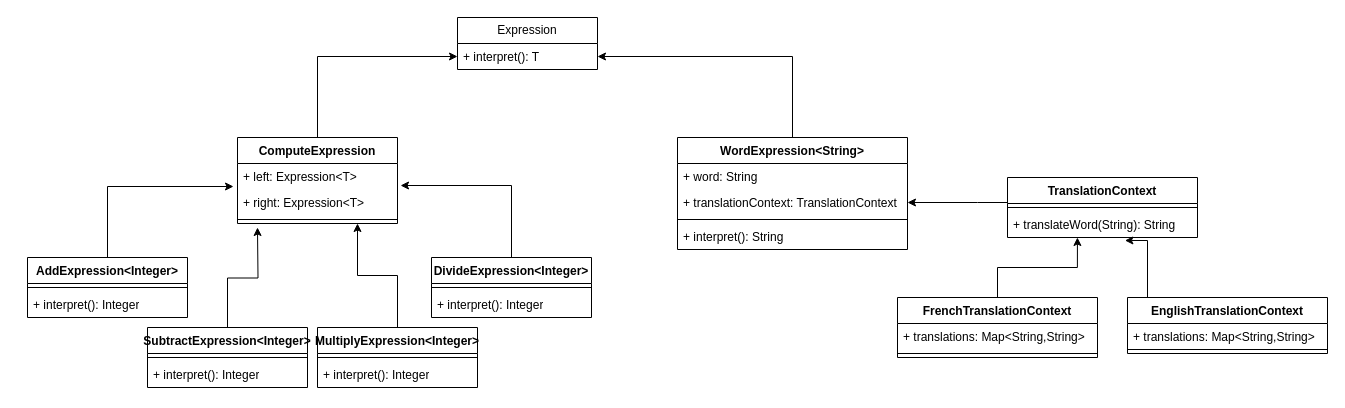
Before: src/main/java/behavioral/interpretor/Diagramme sans nom.drawio in ErwanLT/designPattern, a draw.io diagram. Source tidied: cells renumbered, new cells numbered last; positions are measured from the earlier drawing's top-left corner, leaving out a move shared by most shapes. Both pictures are drawn from the tidied source at 100%, with x=0, y=0 at pixel (27, 17).
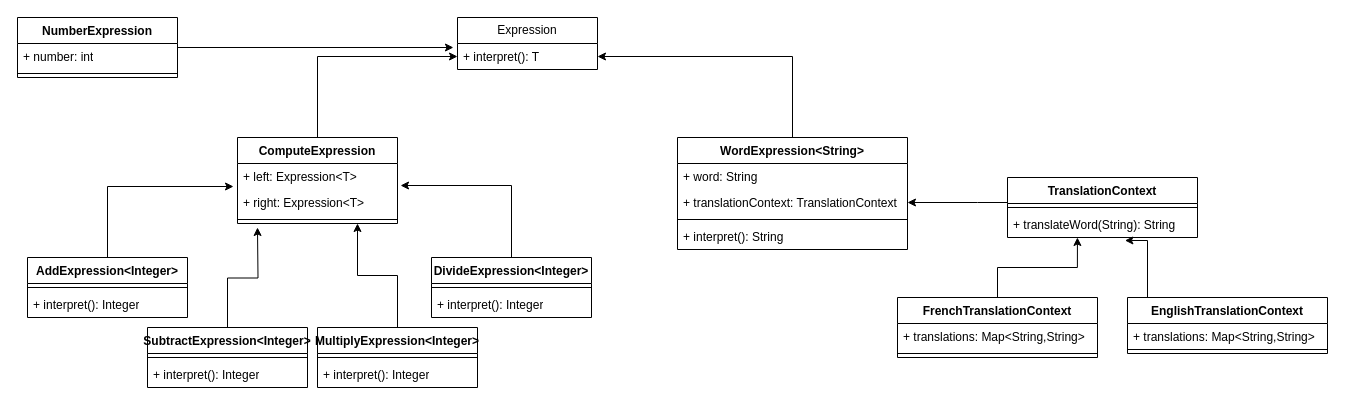
The same page after the edit.

Commit message:
Mettre à jour Diagramme sans nom.drawio

The change refers to these unchanged cells:
```xml
<mxCell id="3" value="+ interpret(): T" style="text;strokeColor=none;fillColor=none;align=left;verticalAlign=top;spacingLeft=4;spacingRight=4;overflow=hidden;points=[[0,0.5],[1,0.5]];portConstraint=eastwest;whiteSpace=wrap;html=1;" parent="2" vertex="1">
  <mxGeometry y="26" width="140" height="26" as="geometry" />
</mxCell>
```

What changed in the source:
```diff
@@
+    <mxCell id="43" value="NumberExpression" style="swimlane;fontStyle=1;align=center;verticalAlign=top;horizontal=1;startSize=26;whiteSpace=wrap;html=1;" parent="1" vertex="1">
+      <mxGeometry x="-10" width="160" height="60" as="geometry" />
+    </mxCell>
+    <mxCell id="44" value="+ number: int" style="text;strokeColor=none;fillColor=none;align=left;verticalAlign=top;spacingLeft=4;spacingRight=4;overflow=hidden;whiteSpace=wrap;html=1;" parent="43" vertex="1">
+      <mxGeometry y="26" width="160" height="26" as="geometry" />
+    </mxCell>
+    <mxCell id="45" style="line;strokeWidth=1;fillColor=none;align=left;verticalAlign=middle;spacingTop=-1;spacingLeft=3;spacingRight=3;labelPosition=right;strokeColor=inherit;" parent="43" vertex="1">
+      <mxGeometry y="52" width="160" height="8" as="geometry" />
+    </mxCell>
+    <mxCell id="46" style="edgeStyle=orthogonalEdgeStyle;rounded=0;jettySize=auto;html=1;entryX=-0.029;entryY=0.154;entryDx=0;entryDy=0;entryPerimeter=0;" parent="1" edge="1" source="43" target="3">
+      <mxGeometry relative="1" as="geometry" />
+    </mxCell>
```
